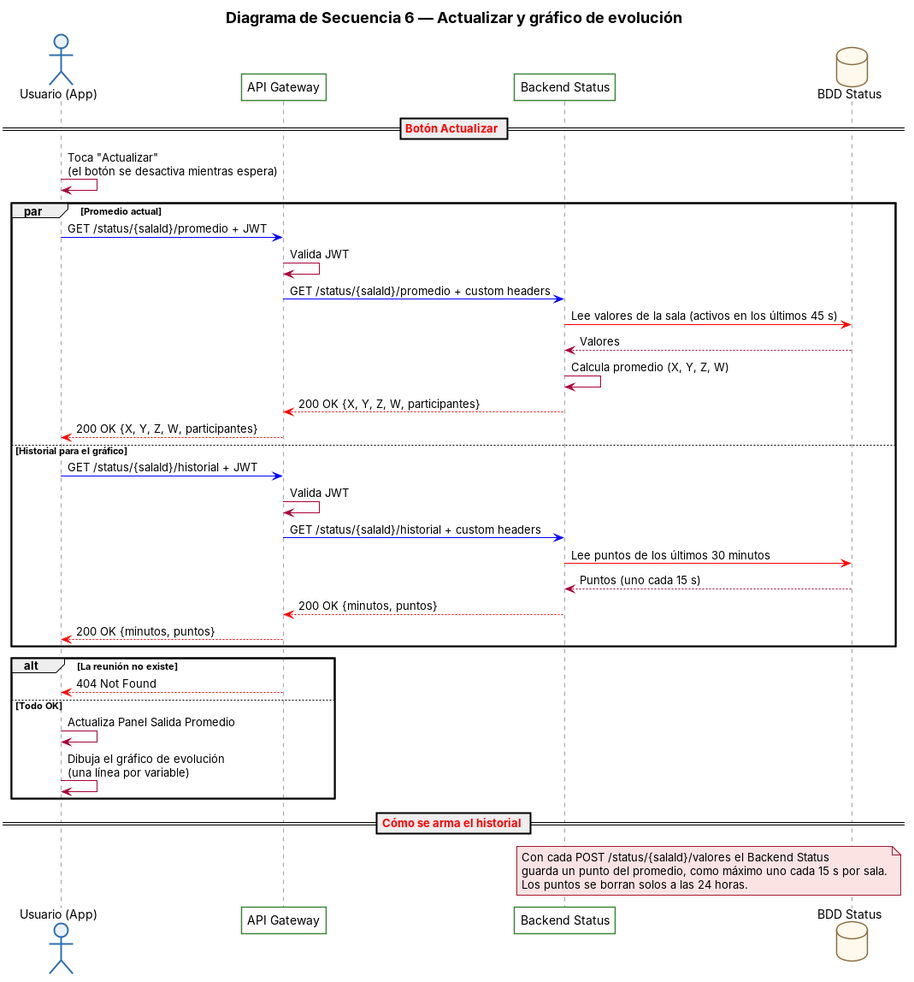
Earlier version of the PlantUML export docs/diagramas/7-secuencia-actualizar-grafico.png (tatianaperalta2013/panel-asistencia-comunicacion). Its source is kept beside it as docs/diagramas/7-secuencia-actualizar-grafico.puml.
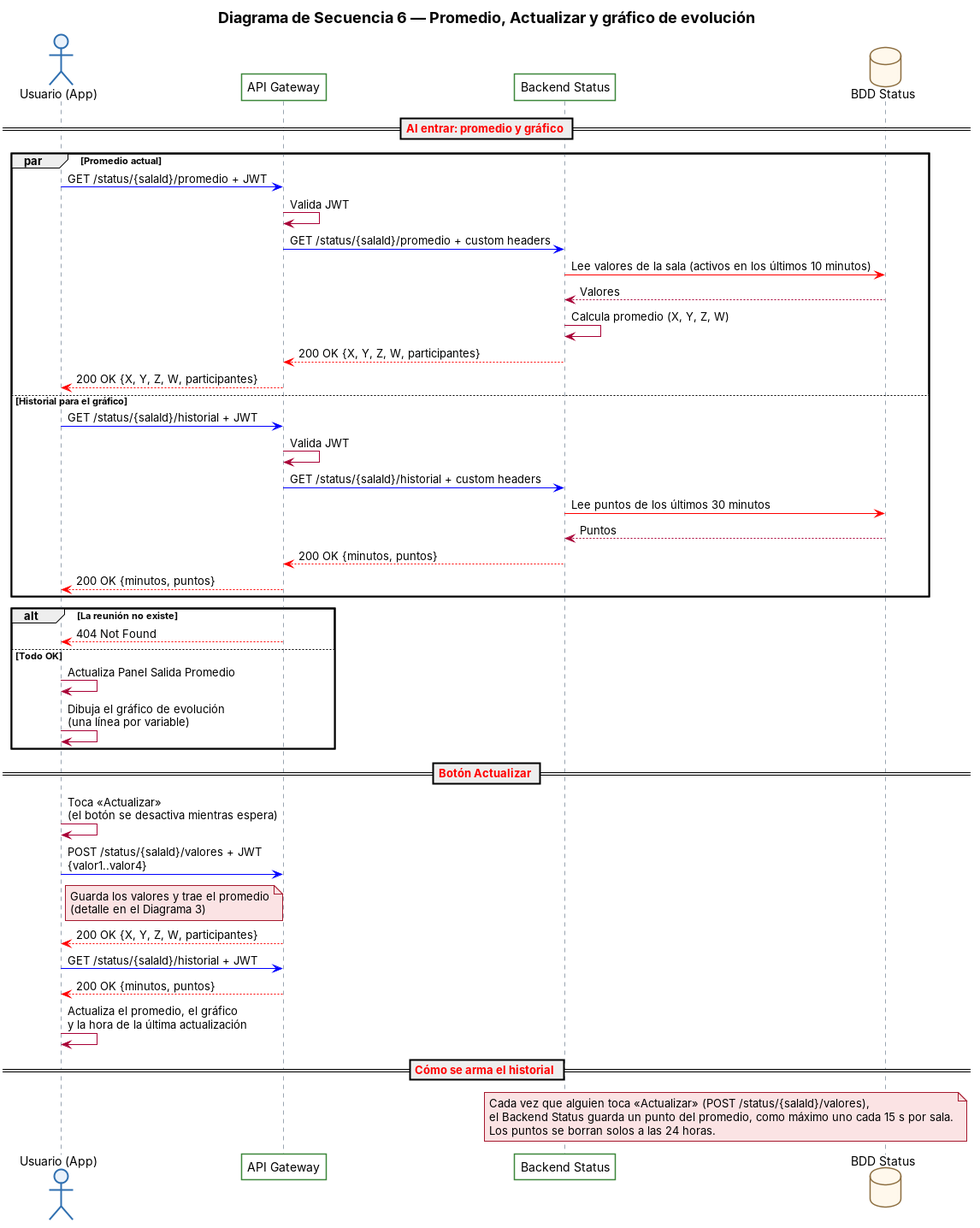
Above is the later version.

Change to the diagram source:
```diff
@@ -1,5 +1,5 @@
 @startuml 7-secuencia-actualizar-grafico
-title <size:18><b>Diagrama de Secuencia 6 — Actualizar y gráfico de evolución</b></size>
+title <size:18><b>Diagrama de Secuencia 6 — Promedio, Actualizar y gráfico de evolución</b></size>
 skinparam defaultFontName Arial
 skinparam shadowing false
 skinparam ParticipantBackgroundColor #FFFFFF
@@ -17,14 +17,12 @@
 participant "Backend Status" as ST
 database "BDD Status" as DB
 
-== <color:red>Botón Actualizar</color> ==
-A -> A: Toca "Actualizar"\n(el botón se desactiva mientras espera)
-
+== <color:red>Al entrar: promedio y gráfico</color> ==
 par Promedio actual
     A -[#blue]> GW: GET /status/{salaId}/promedio + JWT
     GW -> GW: Valida JWT
     GW -[#blue]> ST: GET /status/{salaId}/promedio + custom headers
-    ST -[#red]> DB: Lee valores de la sala (activos en los últimos 45 s)
+    ST -[#red]> DB: Lee valores de la sala (activos en los últimos 10 minutos)
     DB --> ST: Valores
     ST -> ST: Calcula promedio (X, Y, Z, W)
     ST -[#red]-> GW: 200 OK {X, Y, Z, W, participantes}
@@ -34,7 +32,7 @@
     GW -> GW: Valida JWT
     GW -[#blue]> ST: GET /status/{salaId}/historial + custom headers
     ST -[#red]> DB: Lee puntos de los últimos 30 minutos
-    DB --> ST: Puntos (uno cada 15 s)
+    DB --> ST: Puntos
     ST -[#red]-> GW: 200 OK {minutos, puntos}
     GW -[#red]-> A: 200 OK {minutos, puntos}
 end
@@ -46,10 +44,19 @@
     A -> A: Dibuja el gráfico de evolución\n(una línea por variable)
 end
 
+== <color:red>Botón Actualizar</color> ==
+A -> A: Toca «Actualizar»\n(el botón se desactiva mientras espera)
+A -[#blue]> GW: POST /status/{salaId}/valores + JWT\n{valor1..valor4}
+note right of A: Guarda los valores y trae el promedio\n(detalle en el Diagrama 3)
+GW -[#red]-> A: 200 OK {X, Y, Z, W, participantes}
+A -[#blue]> GW: GET /status/{salaId}/historial + JWT
+GW -[#red]-> A: 200 OK {minutos, puntos}
+A -> A: Actualiza el promedio, el gráfico\ny la hora de la última actualización
+
 == <color:red>Cómo se arma el historial</color> ==
 note over ST, DB
-  Con cada POST /status/{salaId}/valores el Backend Status
-  guarda un punto del promedio, como máximo uno cada 15 s por sala.
+  Cada vez que alguien toca «Actualizar» (POST /status/{salaId}/valores),
+  el Backend Status guarda un punto del promedio, como máximo uno cada 15 s por sala.
   Los puntos se borran solos a las 24 horas.
 end note
 @enduml
```
